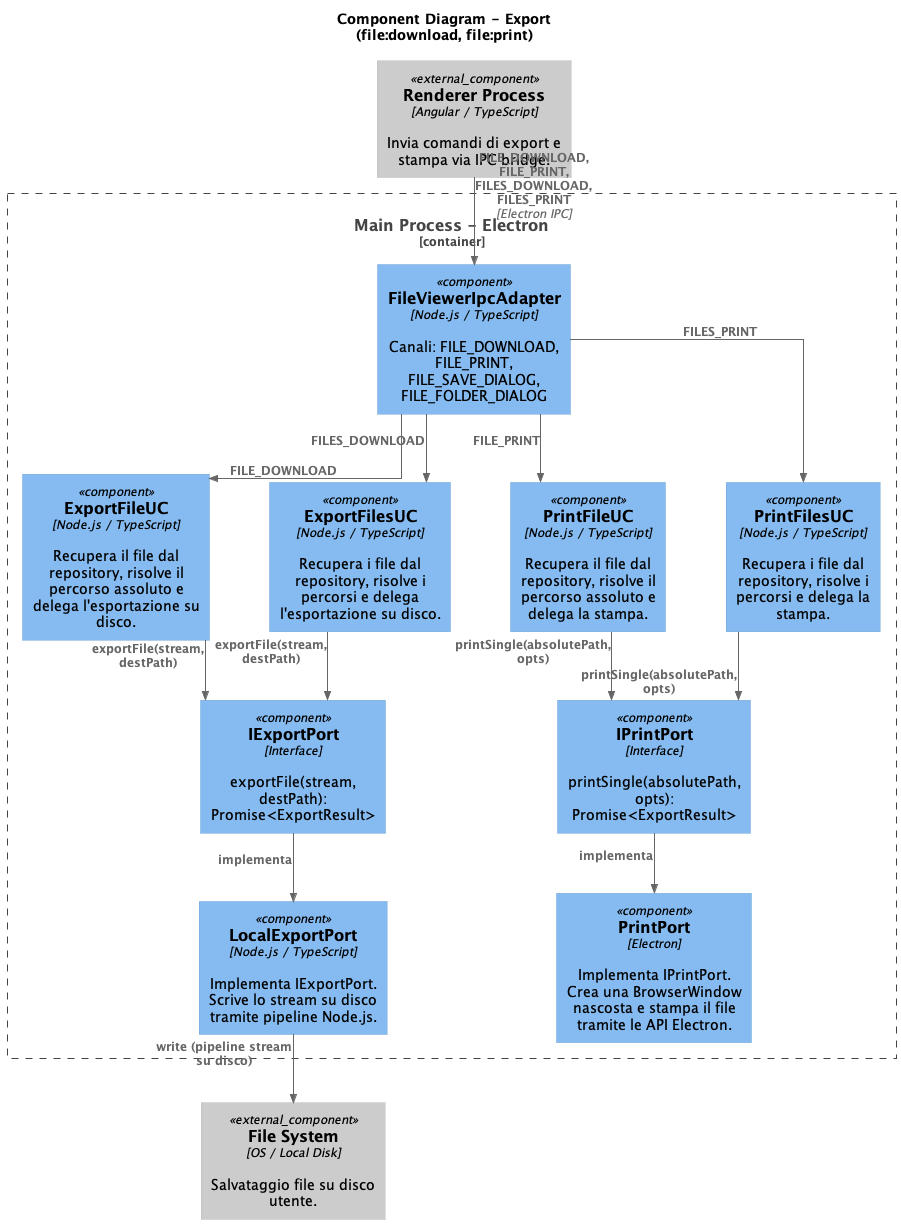
The PlantUML diagram out/3_PB/DocumentiEsterni/DiagrammiSpecificaTecnica/generated_/architecture/c1-c3/C3_main_export/Component Diagram - Export.png in 7-ZPUs/Docs, before a commit.
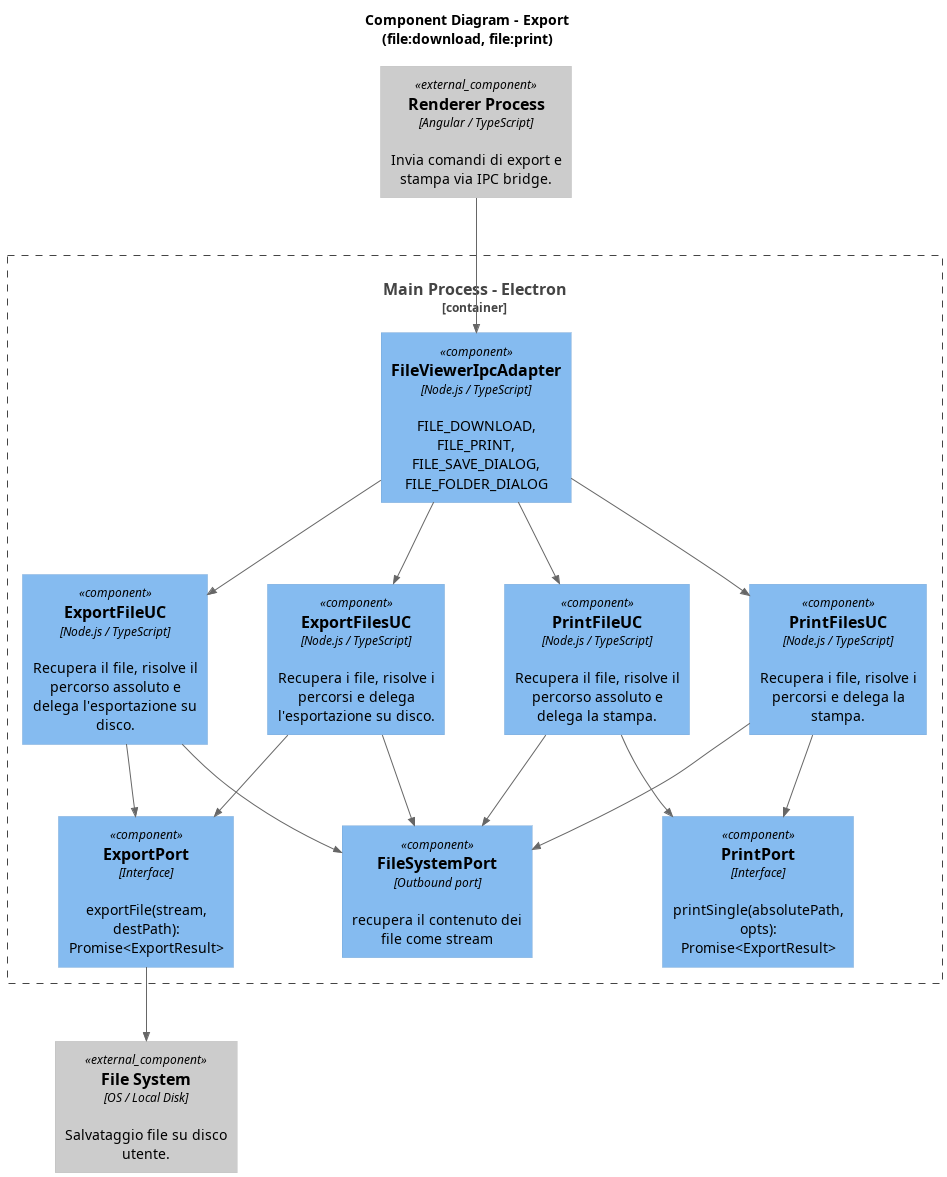
Above is the later version.

Change to the diagram source:
```diff
@@ -3,7 +3,7 @@
 title Component Diagram - Export\n(file:download, file:print)
 
 LAYOUT_TOP_DOWN()
-skinparam linetype ortho
+skinparam linetype straight
 skinparam shadowing false
 skinparam wrapWidth 180
 skinparam nodesep 60
@@ -13,28 +13,28 @@
 Component_Ext(filesystem, "File System",       "OS / Local Disk",      "Salvataggio file su disco utente.")
 
 Container_Boundary(main, "Main Process - Electron") {
-    Component(file_ipc,       "FileViewerIpcAdapter",   "Node.js / TypeScript", "Canali: FILE_DOWNLOAD, FILE_PRINT,\nFILE_SAVE_DIALOG, FILE_FOLDER_DIALOG")
-    Component(uc_export_file, "ExportFileUC",           "Node.js / TypeScript", "Recupera il file dal repository, risolve il percorso assoluto e delega l'esportazione su disco.")
-    Component(uc_print_file,  "PrintFileUC",            "Node.js / TypeScript", "Recupera il file dal repository, risolve il percorso assoluto e delega la stampa.")
-    Component(uc_export_files, "ExportFilesUC",           "Node.js / TypeScript", "Recupera i file dal repository, risolve i percorsi e delega l'esportazione su disco.")
-    Component(uc_print_files,  "PrintFilesUC",            "Node.js / TypeScript", "Recupera i file dal repository, risolve i percorsi e delega la stampa.")
-    Component(port_export,    "IExportPort",            "Interface",            "exportFile(stream, destPath): Promise<ExportResult>")
-    Component(port_print,     "IPrintPort",             "Interface",            "printSingle(absolutePath, opts): Promise<ExportResult>")
-    Component(local_export,   "LocalExportPort",        "Node.js / TypeScript", "Implementa IExportPort. Scrive lo stream su disco tramite pipeline Node.js.")
-    Component(print_port,     "PrintPort",              "Electron",             "Implementa IPrintPort. Crea una BrowserWindow nascosta e stampa il file tramite le API Electron.")
+    Component(file_ipc,       "FileViewerIpcAdapter",   "Node.js / TypeScript", "FILE_DOWNLOAD, FILE_PRINT,\nFILE_SAVE_DIALOG, FILE_FOLDER_DIALOG")
+    Component(uc_export_file, "ExportFileUC",           "Node.js / TypeScript", "Recupera il file, risolve il percorso assoluto e delega l'esportazione su disco.")
+    Component(uc_print_file,  "PrintFileUC",            "Node.js / TypeScript", "Recupera il file, risolve il percorso assoluto e delega la stampa.")
+    Component(uc_export_files, "ExportFilesUC",           "Node.js / TypeScript", "Recupera i file, risolve i percorsi e delega l'esportazione su disco.")
+    Component(uc_print_files,  "PrintFilesUC",            "Node.js / TypeScript", "Recupera i file, risolve i percorsi e delega la stampa.")
+    Component(port_export,    "ExportPort",            "Interface",            "exportFile(stream, destPath): Promise<ExportResult>")
+    Component(port_print,     "PrintPort",             "Interface",            "printSingle(absolutePath, opts): Promise<ExportResult>")
+    Component(filesystem_adapter, "FileSystemPort", "Outbound port", "recupera il contenuto dei file come stream")
 }
 
-Rel_D(renderer,       file_ipc,       "FILE_DOWNLOAD, FILE_PRINT, FILES_DOWNLOAD, FILES_PRINT", "Electron IPC")
-Rel_D(file_ipc,       uc_export_file, "FILE_DOWNLOAD")
-Rel_D(file_ipc,       uc_print_file,  "FILE_PRINT")
-Rel_D(file_ipc,       uc_export_files, "FILES_DOWNLOAD")
-Rel_D(file_ipc,       uc_print_files,  "FILES_PRINT")
-Rel_D(uc_export_file, port_export,    "exportFile(stream, destPath)")
-Rel_D(uc_print_file,  port_print,     "printSingle(absolutePath, opts)")
-Rel_D(uc_export_files, port_export,    "exportFile(stream, destPath)")
-Rel_D(uc_print_files,  port_print,     "printSingle(absolutePath, opts)")
-Rel_D(port_export,    local_export,   "implementa")
-Rel_D(port_print,     print_port,     "implementa")
-Rel_D(local_export,   filesystem,     "write (pipeline stream su disco)")
-
+Rel_D(renderer,       file_ipc,       "")
+Rel_D(file_ipc,       uc_export_file, "")
+Rel_D(file_ipc,       uc_print_file,  "")
+Rel_D(file_ipc,       uc_export_files, "")
+Rel_D(file_ipc,       uc_print_files,  "")
+Rel_D(uc_export_file, port_export,    "")
+Rel_D(uc_print_file,  port_print,     "")
+Rel_D(uc_export_files, port_export,    "")
+Rel_D(uc_print_files,  port_print,     "")
+Rel_D(port_export,   filesystem,     "")
+Rel_D(uc_export_file, filesystem_adapter, "")
+Rel_D(uc_print_file,  filesystem_adapter, "")
+Rel_D(uc_export_files, filesystem_adapter, "")
+Rel_D(uc_print_files,  filesystem_adapter, "")
 @enduml
```
